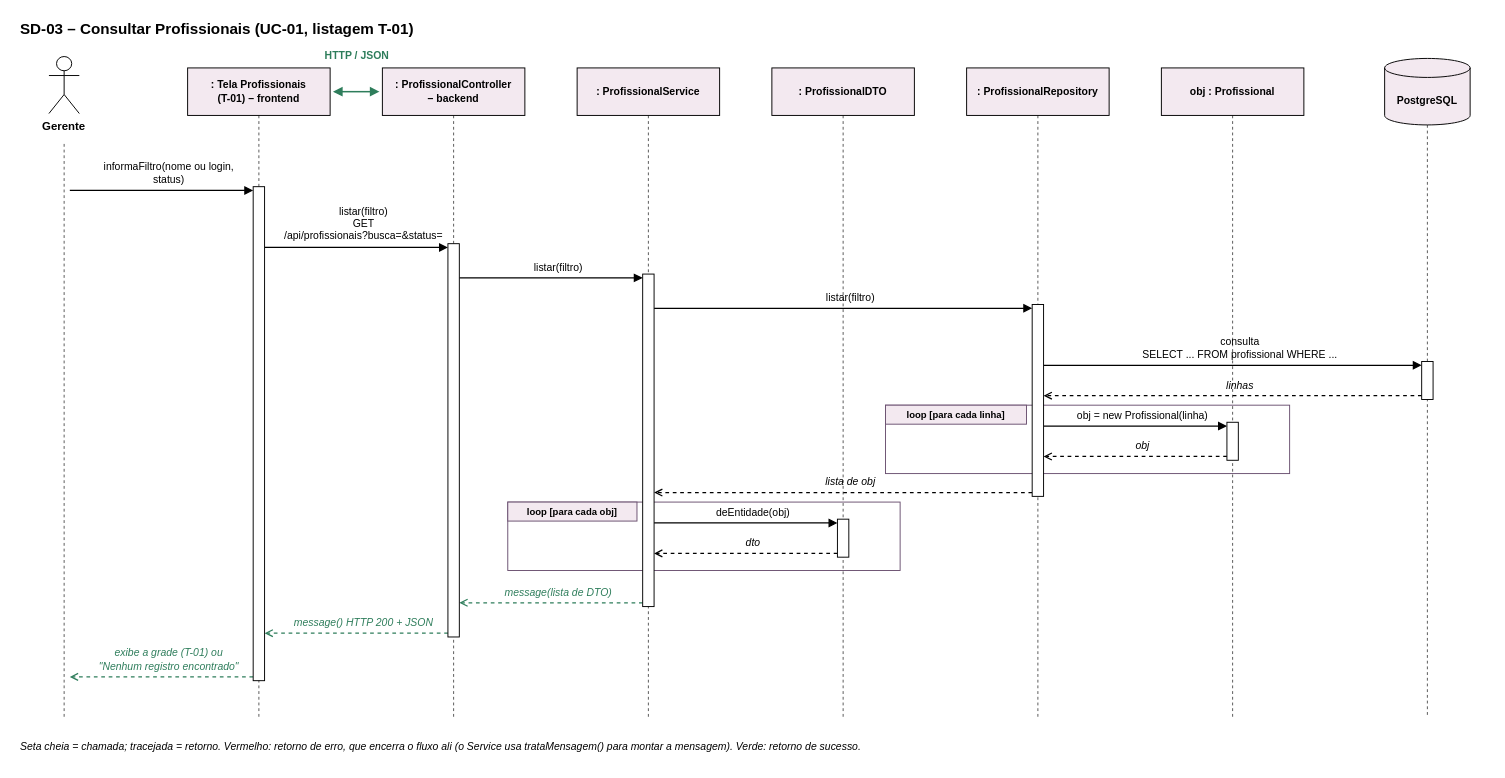
Earlier version of the draw.io diagram page "SD-03 Consultar Profissionais" (3 of 29) of docs/diagramas/Fluxo_DiagramasSequencia.drawio (Cachorreira/Fluxo). Source tidied: cells renumbered, new cells numbered last; positions are measured from the earlier drawing's top-left corner, leaving out a move shared by most shapes. Both pictures are drawn from the tidied source at 95%, with x=0, y=0 at pixel (16, 16).
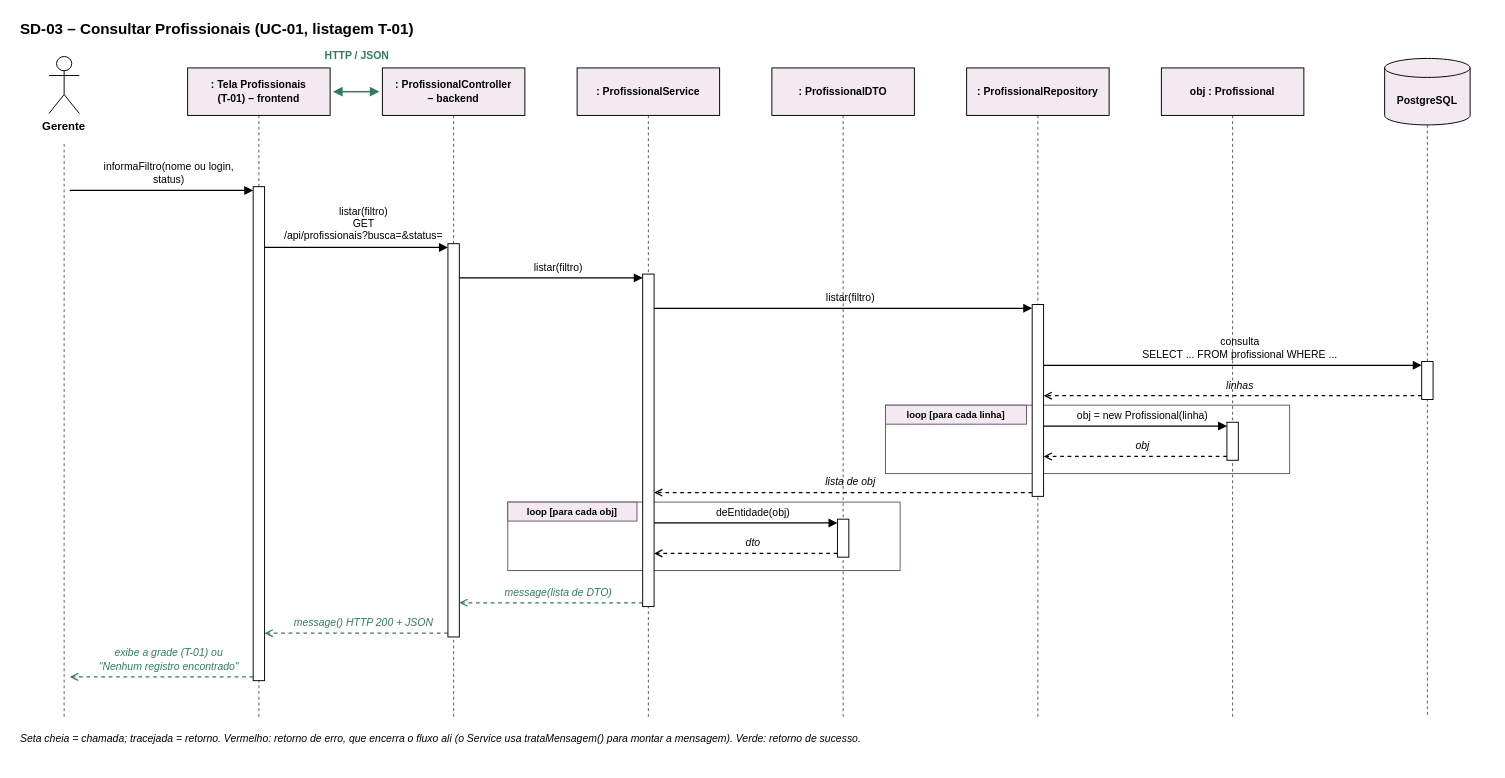
After the change.

Diff of the diagram source:
```diff
@@
-    <mxCell id="60" value="Seta cheia = chamada; tracejada = retorno. Vermelho: retorno de erro, que encerra o fluxo ali (o Service usa trataMensagem() para montar a mensagem). Verde: retorno de sucesso. " style="text;align=left;verticalAlign=middle;spacingLeft=2;html=1;whiteSpace=wrap;fontFamily=Helvetica;fontSize=11;fontStyle=2;fillColor=none;strokeColor=none;fontColor=#000000;" parent="1" vertex="1">
-      <mxGeometry y="751" width="1550" height="34" as="geometry" />
+    <mxCell id="60" value="Seta cheia = chamada; tracejada = retorno. Vermelho: retorno de erro, que encerra o fluxo ali (o Service usa trataMensagem() para montar a mensagem). Verde: retorno de sucesso." style="text;align=left;verticalAlign=middle;spacingLeft=2;html=1;whiteSpace=wrap;fontFamily=Helvetica;fontSize=11;fontStyle=2;fillColor=none;strokeColor=none;fontColor=#000000;" parent="1" vertex="1">
+      <mxGeometry y="751" width="1535" height="17" as="geometry" />
     </mxCell>
```
